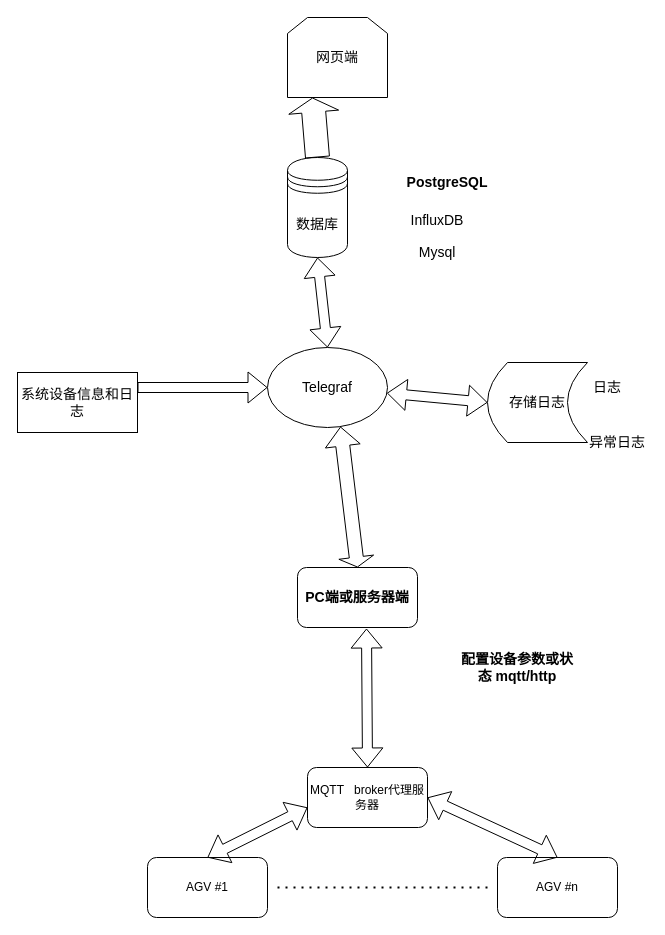
This is agvStateFrame1.drawio from yyjqr/IMU, a draw.io file, before an edit. Source tidied: cells renumbered, new cells numbered last; positions are measured from the earlier drawing's top-left corner, leaving out a move shared by most shapes. Both pictures are drawn from the tidied source at 100%, with x=0, y=0 at pixel (17, 17).
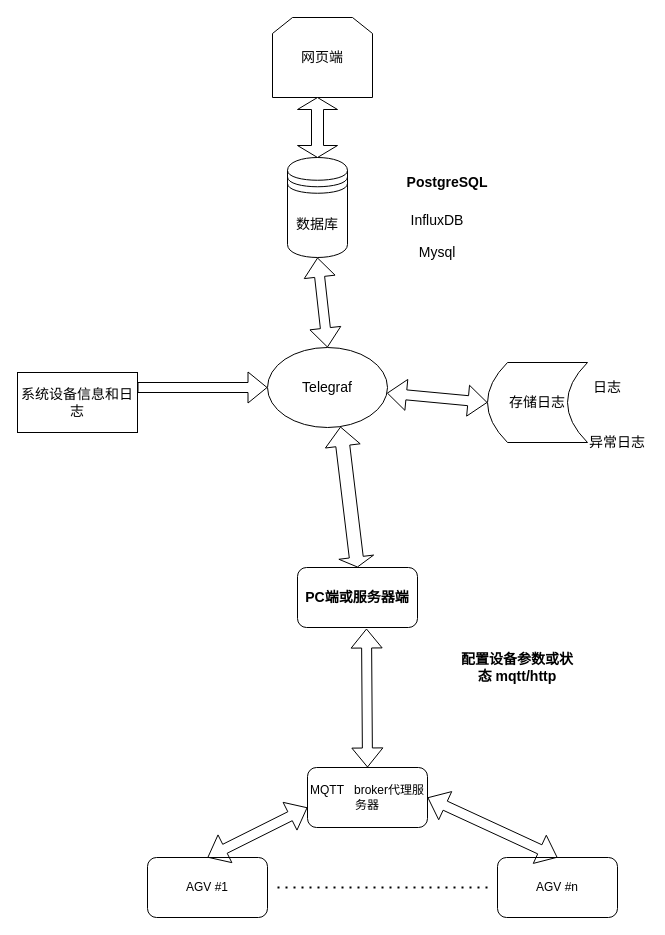
After the change.

The change refers to these unchanged cells:
```xml
<mxCell id="11" value="数据库" style="shape=datastore;whiteSpace=wrap;html=1;fontSize=14;" parent="1" vertex="1">
  <mxGeometry x="270" y="140" width="60" height="100" as="geometry" />
</mxCell>
```

Change to the diagram source:
```diff
@@
     <mxCell id="15" value="网页端" style="shape=loopLimit;whiteSpace=wrap;html=1;fontSize=14;" parent="1" vertex="1">
-      <mxGeometry x="270" width="100" height="80" as="geometry" />
+      <mxGeometry x="255" width="100" height="80" as="geometry" />
     </mxCell>
@@
-    <mxCell id="18" style="shape=flexArrow;endArrow=classic;html=1;rounded=0;fontSize=14;width=24;endSize=4.41;endWidth=25;exitX=0.5;exitY=0;exitDx=0;exitDy=0;entryX=0.25;entryY=1;entryDx=0;entryDy=0;" parent="1" edge="1" source="11" target="15">
-      <mxGeometry relative="1" as="geometry" />
-    </mxCell>
@@
+    <mxCell id="26" style="shape=doubleArrow;direction=south;whiteSpace=wrap;html=1;fontSize=14;" parent="1" vertex="1">
+      <mxGeometry x="280" y="80" width="40" height="60" as="geometry" />
+    </mxCell>
```
